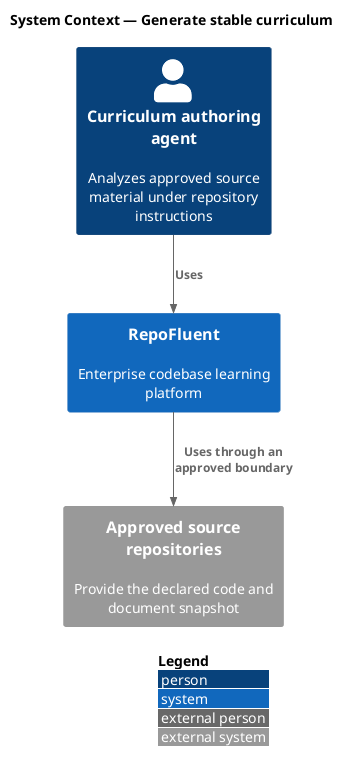
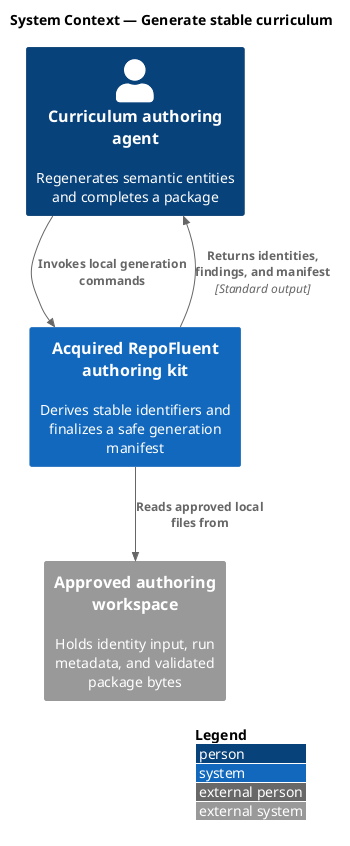
@startuml
!include <C4/C4_Context>
LAYOUT_WITH_LEGEND()
title System Context — Generate stable curriculum

- Person(actor, "Curriculum authoring agent", "Analyzes approved source material under repository instructions")
- System(repofluent, "RepoFluent", "Enterprise codebase learning platform")
- System_Ext(dependency, "Approved source repositories", "Provide the declared code and document snapshot")
+ Person(agent, "Curriculum authoring agent", "Regenerates semantic entities and completes a package")
+ System(kit, "Acquired RepoFluent authoring kit", "Derives stable identifiers and finalizes a safe generation manifest")
+ System_Ext(workspace, "Approved authoring workspace", "Holds identity input, run metadata, and validated package bytes")

- Rel(actor, repofluent, "Uses")
- Rel(repofluent, dependency, "Uses through an approved boundary")
+ Rel(agent, kit, "Invokes local generation commands")
+ Rel(kit, workspace, "Reads approved local files from")
+ Rel(kit, agent, "Returns identities, findings, and manifest", "Standard output")
@enduml
